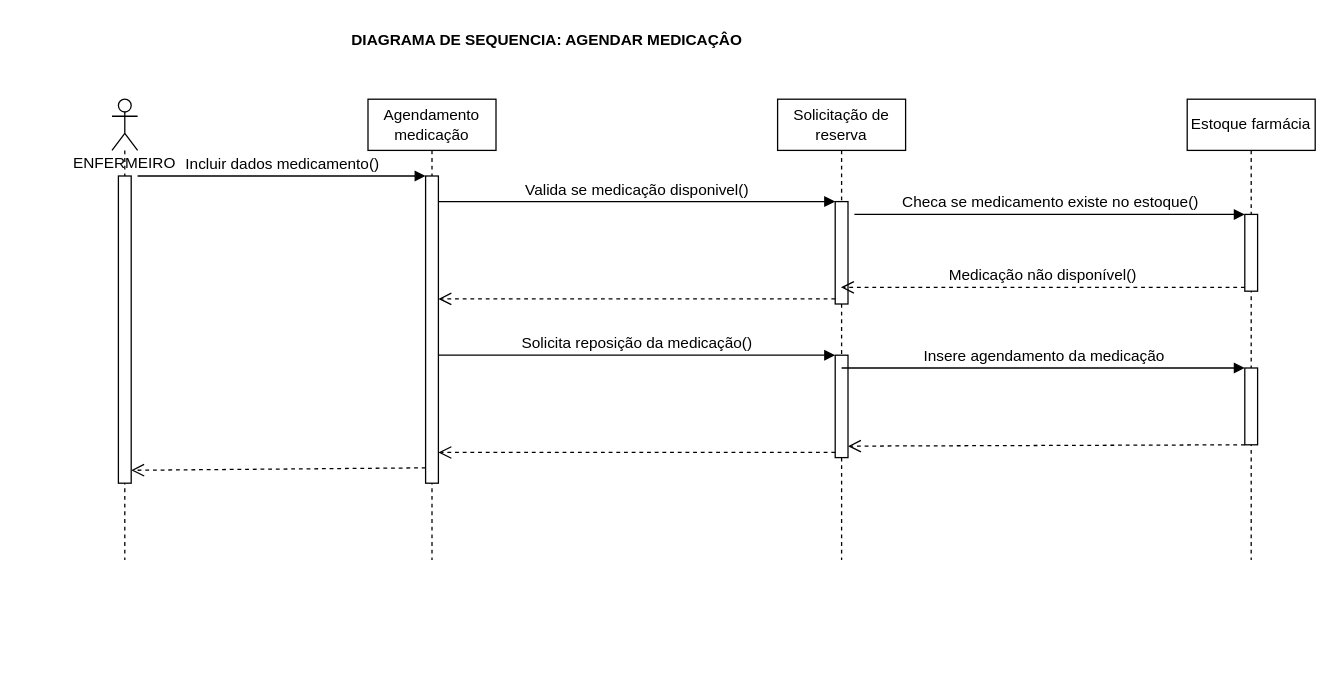
Above: page "Page-4" (3 of 6) of Untitled Diagram.drawio in FranciscoAntonioGuilherme/inicioReact (draw.io), before the change. Source tidied: cells renumbered, new cells numbered last; positions are measured from the earlier drawing's top-left corner, leaving out a move shared by most shapes. Both pictures are drawn from the tidied source at 128%, with x=0, y=0 at pixel (22, 22).
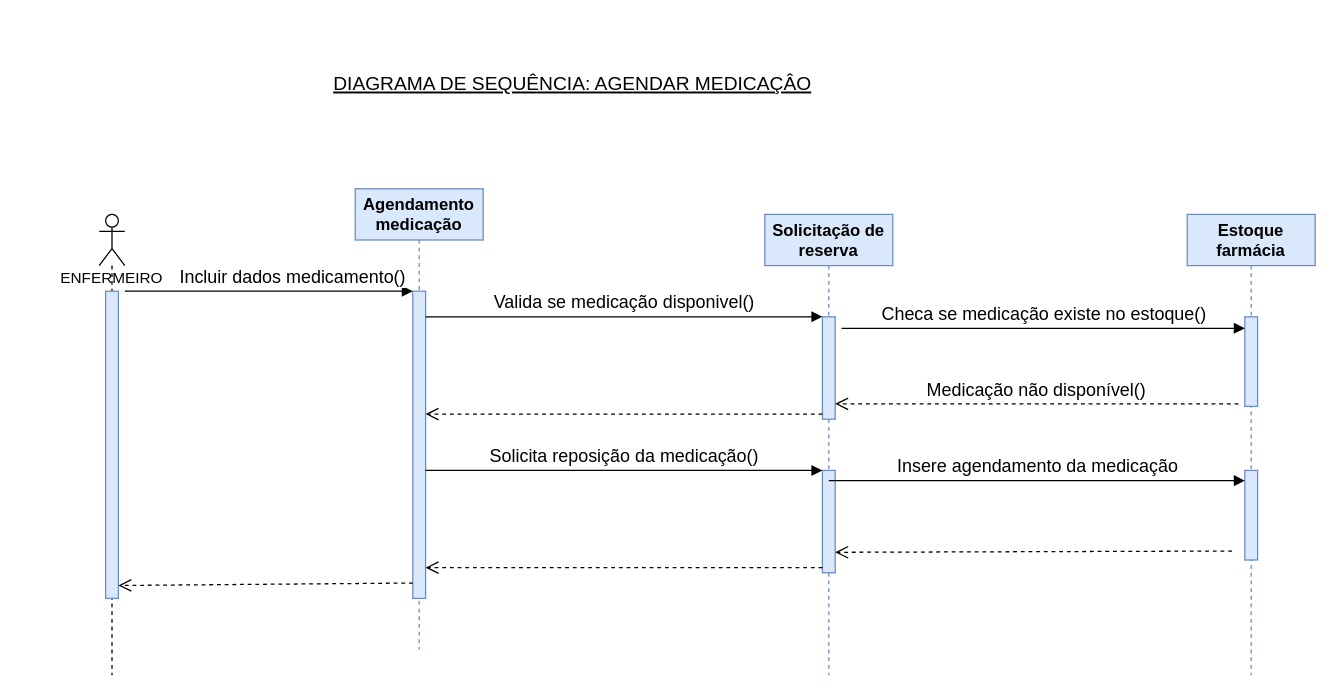
The same page after the edit.

Change to the diagram source:
```diff
@@
-    <mxCell id="2" value="DIAGRAMA DE SEQUENCIA: AGENDAR MEDICAÇÂO" style="text;align=center;fontStyle=1;verticalAlign=middle;spacingLeft=3;spacingRight=3;strokeColor=none;fontSize=12;" parent="1" vertex="1">
-      <mxGeometry width="820" height="26" as="geometry" />
+    <mxCell id="2" value="DIAGRAMA DE SEQUÊNCIA: AGENDAR MEDICAÇÂO" style="text;align=center;fontStyle=4;verticalAlign=middle;spacingLeft=3;spacingRight=3;strokeColor=none;fontSize=15;" parent="1" vertex="1">
+      <mxGeometry x="20" y="34" width="820" height="26" as="geometry" />
     </mxCell>
     <mxCell id="3" value="&lt;div&gt;&lt;span&gt;ENFERMEIRO&lt;/span&gt;&lt;/div&gt;" style="shape=umlLifeline;participant=umlActor;perimeter=lifelinePerimeter;whiteSpace=wrap;html=1;verticalAlign=top;spacingTop=36;fontSize=12;align=center;" parent="1" vertex="1">
-      <mxGeometry x="70" y="60" width="20" height="360" as="geometry" />
+      <mxGeometry x="60" y="150" width="20" height="360" as="geometry" />
     </mxCell>
-    <mxCell id="4" style="html=1;points=[];perimeter=orthogonalPerimeter;fontSize=12;align=center;" parent="3" vertex="1">
+    <mxCell id="4" style="html=1;points=[];perimeter=orthogonalPerimeter;fontSize=12;align=center;fillColor=#dae8fc;strokeColor=#6c8ebf;" parent="3" vertex="1">
       <mxGeometry x="5" y="60" width="10" height="240" as="geometry" />
     </mxCell>
-    <mxCell id="5" value="Agendamento medicação" style="shape=umlLifeline;perimeter=lifelinePerimeter;whiteSpace=wrap;html=1;fontSize=12;align=center;" parent="1" vertex="1">
-      <mxGeometry x="270" y="60" width="100" height="360" as="geometry" />
+    <mxCell id="5" value="Agendamento medicação" style="shape=umlLifeline;perimeter=lifelinePerimeter;whiteSpace=wrap;html=1;fontSize=13;align=center;fillColor=#dae8fc;strokeColor=#6c8ebf;fontStyle=1;" parent="1" vertex="1">
+      <mxGeometry x="260" y="130" width="100" height="360" as="geometry" />
     </mxCell>
-    <mxCell id="6" value="Solicitação de reserva" style="shape=umlLifeline;perimeter=lifelinePerimeter;whiteSpace=wrap;html=1;outlineConnect=0;fontSize=12;align=center;" parent="1" vertex="1">
-      <mxGeometry x="590" y="60" width="100" height="360" as="geometry" />
+    <mxCell id="6" value="Solicitação de reserva" style="shape=umlLifeline;perimeter=lifelinePerimeter;whiteSpace=wrap;html=1;outlineConnect=0;fontSize=13;align=center;fillColor=#dae8fc;strokeColor=#6c8ebf;fontStyle=1;" parent="1" vertex="1">
+      <mxGeometry x="580" y="150" width="100" height="360" as="geometry" />
     </mxCell>
-    <mxCell id="7" style="html=1;points=[];perimeter=orthogonalPerimeter;fontSize=12;align=center;" parent="6" vertex="1">
+    <mxCell id="7" style="html=1;points=[];perimeter=orthogonalPerimeter;fontSize=12;align=center;fillColor=#dae8fc;strokeColor=#6c8ebf;" parent="6" vertex="1">
       <mxGeometry x="45" y="80" width="10" height="80" as="geometry" />
     </mxCell>
-    <mxCell id="8" style="html=1;points=[];perimeter=orthogonalPerimeter;fontSize=12;align=center;" parent="6" vertex="1">
+    <mxCell id="8" style="html=1;points=[];perimeter=orthogonalPerimeter;fontSize=12;align=center;fillColor=#dae8fc;strokeColor=#6c8ebf;" parent="6" vertex="1">
       <mxGeometry x="45" y="200" width="10" height="80" as="geometry" />
     </mxCell>
-    <mxCell id="9" value="Estoque farmácia" style="shape=umlLifeline;perimeter=lifelinePerimeter;whiteSpace=wrap;html=1;fontSize=12;align=center;" parent="1" vertex="1">
-      <mxGeometry x="910" y="60" width="100" height="360" as="geometry" />
+    <mxCell id="9" value="Estoque farmácia" style="shape=umlLifeline;perimeter=lifelinePerimeter;whiteSpace=wrap;html=1;fontSize=13;align=center;fillColor=#dae8fc;strokeColor=#6c8ebf;fontStyle=1;" parent="1" vertex="1">
+      <mxGeometry x="910" y="150" width="100" height="360" as="geometry" />
     </mxCell>
-    <mxCell id="10" style="html=1;points=[];perimeter=orthogonalPerimeter;fontSize=12;align=center;" parent="9" vertex="1">
-      <mxGeometry x="45" y="90" width="10" height="60" as="geometry" />
+    <mxCell id="10" style="html=1;points=[];perimeter=orthogonalPerimeter;fontSize=12;align=center;fillColor=#dae8fc;strokeColor=#6c8ebf;" parent="9" vertex="1">
+      <mxGeometry x="45" y="80" width="10" height="70" as="geometry" />
     </mxCell>
-    <mxCell id="11" style="html=1;points=[];perimeter=orthogonalPerimeter;fontSize=12;align=center;" parent="9" vertex="1">
-      <mxGeometry x="45" y="210" width="10" height="60" as="geometry" />
+    <mxCell id="11" style="html=1;points=[];perimeter=orthogonalPerimeter;fontSize=12;align=center;fillColor=#dae8fc;strokeColor=#6c8ebf;" parent="9" vertex="1">
+      <mxGeometry x="45" y="200" width="10" height="70" as="geometry" />
     </mxCell>
-    <mxCell id="12" style="html=1;points=[];perimeter=orthogonalPerimeter;fontSize=12;align=center;" parent="1" vertex="1">
-      <mxGeometry x="315" y="120" width="10" height="240" as="geometry" />
+    <mxCell id="12" style="html=1;points=[];perimeter=orthogonalPerimeter;fontSize=12;align=center;fillColor=#dae8fc;strokeColor=#6c8ebf;" parent="1" vertex="1">
+      <mxGeometry x="305" y="210" width="10" height="240" as="geometry" />
     </mxCell>
-    <mxCell id="13" value="Incluir dados medicamento()" style="html=1;verticalAlign=bottom;endArrow=block;entryX=0;entryY=0;strokeColor=#000000;strokeWidth=1;fontSize=12;" parent="1" edge="1" target="12">
-      <mxGeometry relative="1" as="geometry">
-        <mxPoint x="90" y="120" as="sourcePoint" />
+    <mxCell id="13" value="Incluir dados medicamento()" style="html=1;verticalAlign=bottom;endArrow=block;entryX=0;entryY=0;strokeColor=#000000;strokeWidth=1;fontSize=14;" parent="1" edge="1" target="12">
+      <mxGeometry x="0.16" relative="1" as="geometry">
+        <mxPoint x="80" y="210" as="sourcePoint" />
       </mxGeometry>
     </mxCell>
@@
-    <mxCell id="15" value="Valida se medicação disponivel()" style="html=1;verticalAlign=bottom;endArrow=block;entryX=0;entryY=0;strokeColor=#000000;strokeWidth=1;fontSize=12;" parent="1" edge="1" target="7">
+    <mxCell id="15" value="Valida se medicação disponivel()" style="html=1;verticalAlign=bottom;endArrow=block;entryX=0;entryY=0;strokeColor=#000000;strokeWidth=1;fontSize=14;" parent="1" edge="1" target="7">
       <mxGeometry relative="1" as="geometry">
-        <mxPoint x="325" y="140" as="sourcePoint" />
+        <mxPoint x="315" y="230" as="sourcePoint" />
       </mxGeometry>
     </mxCell>
     <mxCell id="16" style="html=1;verticalAlign=bottom;endArrow=open;dashed=1;endSize=8;exitX=0;exitY=0.95;strokeColor=#000000;strokeWidth=1;fontSize=12;" parent="1" edge="1" source="7">
       <mxGeometry relative="1" as="geometry">
-        <mxPoint x="325" y="216" as="targetPoint" />
+        <mxPoint x="315" y="306" as="targetPoint" />
       </mxGeometry>
     </mxCell>
-    <mxCell id="17" value="Checa se medicamento existe no estoque()" style="html=1;verticalAlign=bottom;endArrow=block;entryX=0;entryY=0;strokeColor=#000000;strokeWidth=1;fontSize=12;" parent="1" edge="1" target="10">
+    <mxCell id="17" value="Checa se medicação existe no estoque()" style="html=1;verticalAlign=bottom;endArrow=block;entryX=0;entryY=0;strokeColor=#000000;strokeWidth=1;fontSize=14;" parent="1" edge="1">
       <mxGeometry relative="1" as="geometry">
-        <mxPoint x="650" y="150" as="sourcePoint" />
+        <mxPoint x="640" y="239" as="sourcePoint" />
+        <mxPoint x="955" y="239" as="targetPoint" />
       </mxGeometry>
     </mxCell>
-    <mxCell id="18" value="Medicação não disponível()" style="html=1;verticalAlign=bottom;endArrow=open;dashed=1;endSize=8;exitX=0;exitY=0.95;strokeColor=#000000;strokeWidth=1;fontSize=12;" parent="1" edge="1" source="10" target="6">
-      <mxGeometry relative="1" as="geometry" />
+    <mxCell id="18" value="Medicação não disponível()" style="html=1;verticalAlign=bottom;endArrow=open;dashed=1;endSize=8;strokeColor=#000000;strokeWidth=1;fontSize=14;" parent="1" edge="1">
+      <mxGeometry relative="1" as="geometry">
+        <mxPoint x="950" y="298" as="sourcePoint" />
+        <mxPoint x="635" y="298" as="targetPoint" />
+      </mxGeometry>
     </mxCell>
-    <mxCell id="19" value="Solicita reposição da medicação()" style="html=1;verticalAlign=bottom;endArrow=block;entryX=0;entryY=0;strokeColor=#000000;strokeWidth=1;fontSize=12;" parent="1" edge="1" target="8">
+    <mxCell id="19" value="Solicita reposição da medicação()" style="html=1;verticalAlign=bottom;endArrow=block;entryX=0;entryY=0;strokeColor=#000000;strokeWidth=1;fontSize=14;" parent="1" edge="1" target="8">
       <mxGeometry relative="1" as="geometry">
-        <mxPoint x="325" y="260" as="sourcePoint" />
+        <mxPoint x="315" y="350" as="sourcePoint" />
       </mxGeometry>
     </mxCell>
     <mxCell id="20" style="html=1;verticalAlign=bottom;endArrow=open;dashed=1;endSize=8;exitX=0;exitY=0.95;strokeColor=#000000;strokeWidth=1;fontSize=12;" parent="1" edge="1" source="8">
       <mxGeometry relative="1" as="geometry">
-        <mxPoint x="325" y="336" as="targetPoint" />
+        <mxPoint x="315" y="426" as="targetPoint" />
       </mxGeometry>
     </mxCell>
-    <mxCell id="21" value="Insere agendamento da medicação" style="html=1;verticalAlign=bottom;endArrow=block;entryX=0;entryY=0;strokeColor=#000000;strokeWidth=1;fontSize=12;" parent="1" edge="1" target="11">
+    <mxCell id="21" value="Insere agendamento da medicação" style="html=1;verticalAlign=bottom;endArrow=block;entryX=0;entryY=0;strokeColor=#000000;strokeWidth=1;fontSize=14;" parent="1" edge="1">
       <mxGeometry relative="1" as="geometry">
-        <mxPoint x="640" y="270" as="sourcePoint" />
+        <mxPoint x="630" y="358" as="sourcePoint" />
+        <mxPoint x="955" y="358" as="targetPoint" />
       </mxGeometry>
     </mxCell>
-    <mxCell id="22" style="html=1;verticalAlign=bottom;endArrow=open;dashed=1;endSize=8;strokeColor=#000000;strokeWidth=1;fontSize=12;entryX=1;entryY=0.888;entryDx=0;entryDy=0;entryPerimeter=0;" parent="1" edge="1" source="11" target="8">
-      <mxGeometry relative="1" as="geometry" />
+    <mxCell id="22" style="html=1;verticalAlign=bottom;endArrow=open;dashed=1;endSize=8;strokeColor=#000000;strokeWidth=1;fontSize=12;entryX=1;entryY=0.888;entryDx=0;entryDy=0;entryPerimeter=0;" parent="1" edge="1">
+      <mxGeometry relative="1" as="geometry">
+        <mxPoint x="945" y="413" as="sourcePoint" />
+        <mxPoint x="635" y="414" as="targetPoint" />
+      </mxGeometry>
     </mxCell>
```
